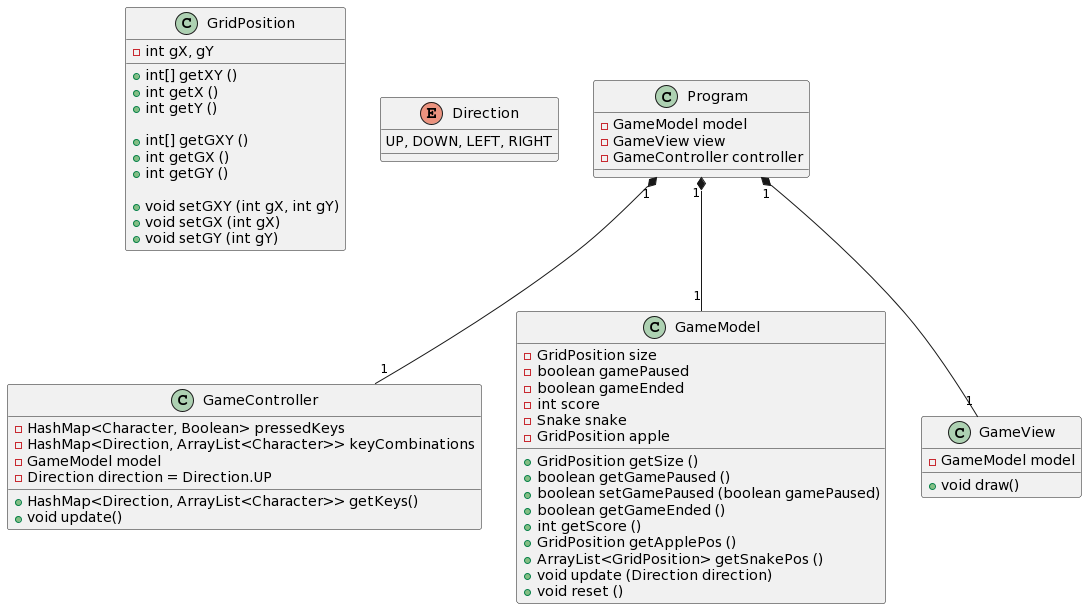
This is class_diagram/diagram.png from UoB-COMSM0110/2023-group-5, a PlantUML export, as it was before one commit.
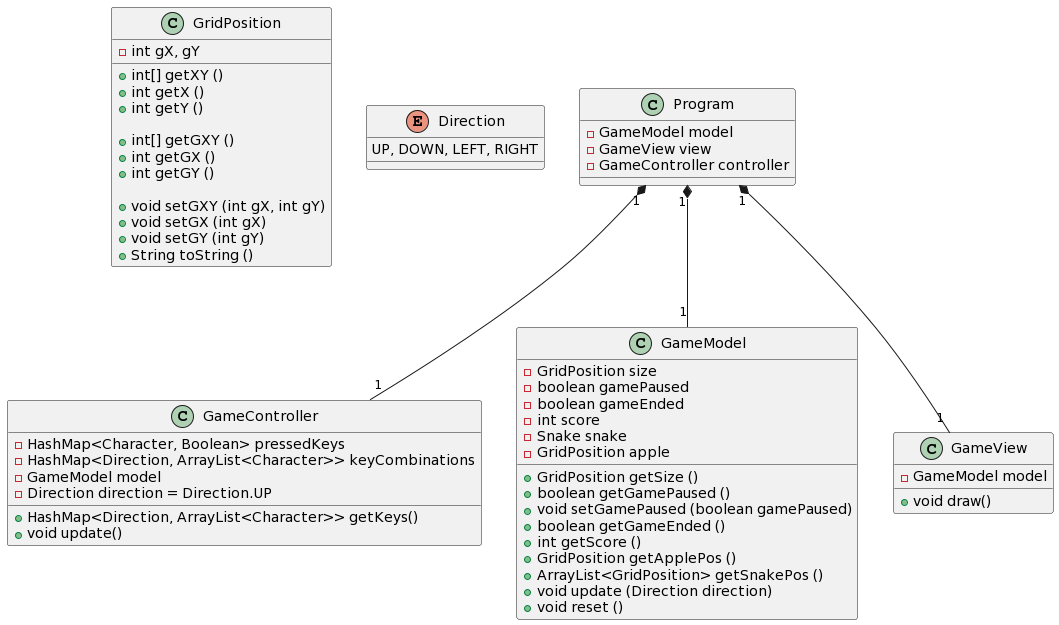
After the commit.

Commit message:
updated class diagram

Change to the diagram source:
```diff
@@ -14,6 +14,7 @@
 +void setGXY (int gX, int gY)
 +void setGX (int gX)
 +void setGY (int gY)
++String toString ()
 }
 
 enum Direction {
@@ -50,7 +51,7 @@
 
 +GridPosition getSize ()
 +boolean getGamePaused ()
-+boolean setGamePaused (boolean gamePaused)
++void setGamePaused (boolean gamePaused)
 +boolean getGameEnded ()
 +int getScore ()
 +GridPosition getApplePos ()
```
